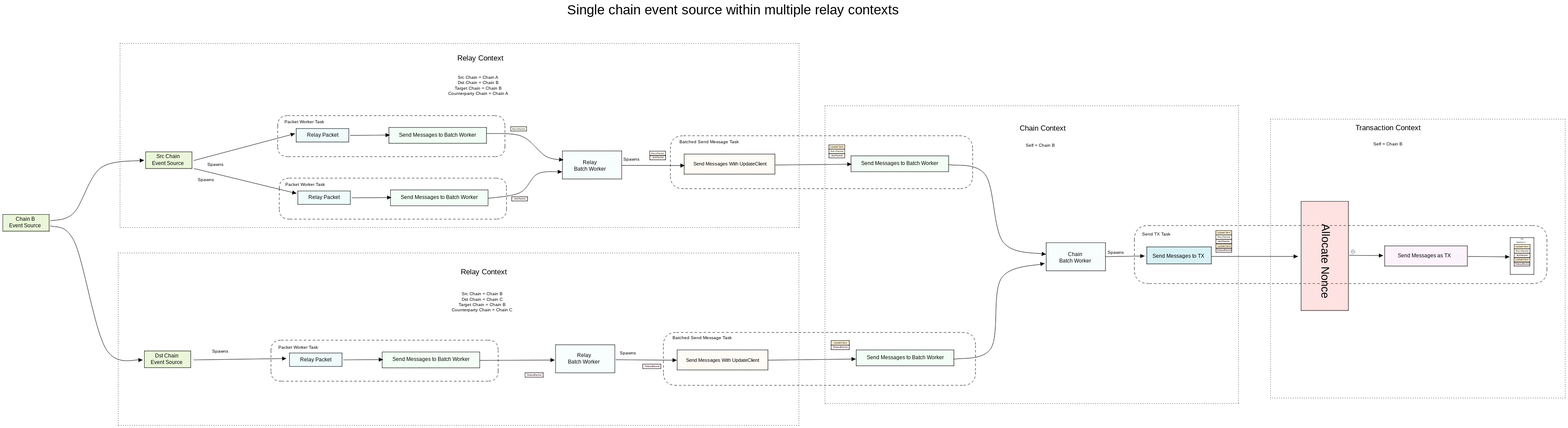
Before: docs/architecture/assets/concurrency-architecture-2.svg, a diagram exported from Excalidraw (informalsystems/hermes). Source tidied: one line per element, renumbered; positions are measured from the earlier drawing's top-left corner, leaving out a move shared by most shapes.
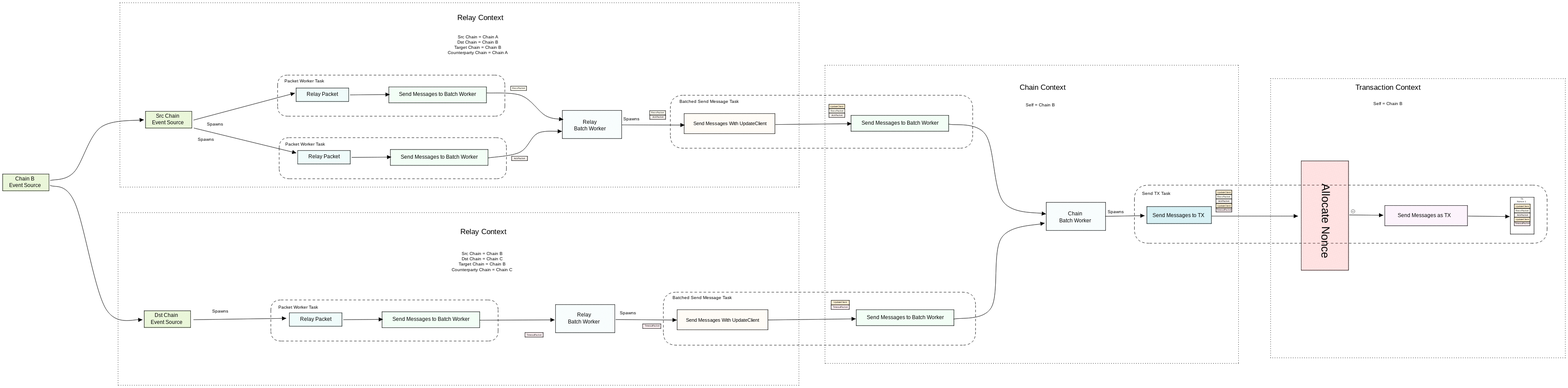
Later version of the same file.

Commit message:
Drafting concurrency architecture

Diff of the diagram source:
```diff
@@ -134,4 +134,3 @@
 {"id": 133, "type": "text", "text": "Chain B\nEvent Source", "strokeColor": "#000000", "backgroundColor": "#82c91e", "fillStyle": "hachure", "strokeWidth": 1, "roughness": 0, "fontSize": 20, "fontFamily": 1, "textAlign": "center", "x": 18, "y": 802, "width": 132, "height": 50}
 {"id": 134, "type": "arrow", "strokeColor": "#000000", "strokeWidth": 1, "roughness": 0, "endArrowhead": "triangle", "from": 132, "to": 76, "x": 179, "y": 819, "width": 349, "height": 227, "points": [[0, 0], [88, -31], [187, -198], [349, -227]]}
 {"id": 135, "type": "arrow", "strokeColor": "#000000", "strokeWidth": 1, "roughness": 0, "endArrowhead": "triangle", "from": 132, "to": 87, "x": 178, "y": 837, "width": 345, "height": 504, "points": [[0, 0], [92, 64], [207, 460], [345, 504]]}
-{"id": 136, "type": "text", "text": "Single chain event source within multiple relay contexts", "strokeColor": "#000000", "strokeWidth": 1, "roughness": 0, "fontSize": 49.92, "fontFamily": 1, "x": 2116, "y": 0, "width": 1352, "height": 63}
```
